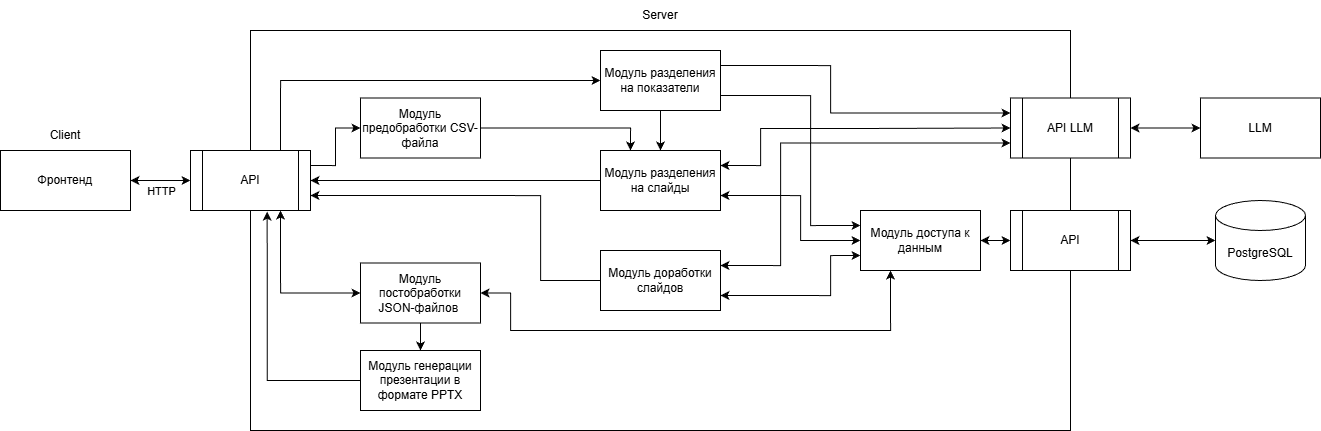
Earlier version of the draw.io export Analitics/архитектура.png (Sber-Kiwi/Presentation-generation). Source tidied: cells renumbered, new cells last; positions are measured from the earlier drawing's top-left corner, leaving out a move shared by most shapes.
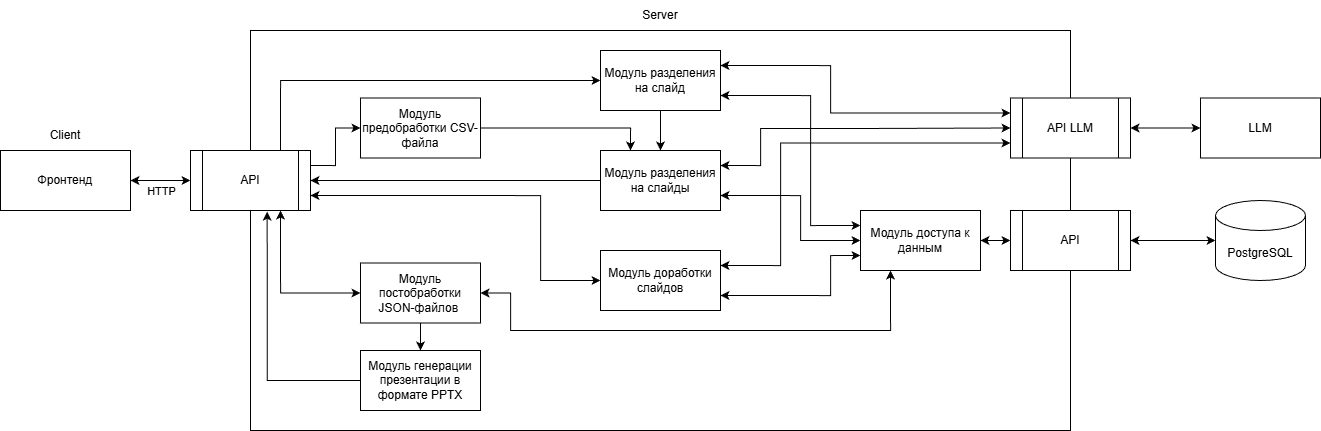
After the commit.

The edit, as a diff of the source:
```diff
@@ -31,7 +31,7 @@
     <mxCell id="10" style="edgeStyle=orthogonalEdgeStyle;rounded=0;jettySize=auto;html=1;exitX=0.5;exitY=1;exitDx=0;exitDy=0;entryX=0.5;entryY=0;entryDx=0;entryDy=0;" parent="1" edge="1" source="12" target="16">
       <mxGeometry relative="1" as="geometry" />
     </mxCell>
-    <mxCell id="11" style="edgeStyle=orthogonalEdgeStyle;rounded=0;jettySize=auto;html=1;exitX=1;exitY=0.25;exitDx=0;exitDy=0;entryX=0;entryY=0.25;entryDx=0;entryDy=0;" parent="1" edge="1" source="12" target="29">
+    <mxCell id="11" style="edgeStyle=orthogonalEdgeStyle;rounded=0;jettySize=auto;html=1;exitX=1;exitY=0.25;exitDx=0;exitDy=0;entryX=0;entryY=0.25;entryDx=0;entryDy=0;startArrow=classic;startFill=1;" parent="1" edge="1" source="12" target="29">
       <mxGeometry relative="1" as="geometry">
         <Array as="points">
           <mxPoint x="830" y="65" />
@@ -39,7 +39,7 @@
         </Array>
       </mxGeometry>
     </mxCell>
-    <mxCell id="12" value="Модуль разделения на показатели" style="rounded=0;whiteSpace=wrap;html=1;" parent="1" vertex="1">
+    <mxCell id="12" value="Модуль разделения на слайд" style="rounded=0;whiteSpace=wrap;html=1;" parent="1" vertex="1">
       <mxGeometry x="600" y="50" width="120" height="60" as="geometry" />
     </mxCell>
     <mxCell id="13" style="edgeStyle=orthogonalEdgeStyle;rounded=0;jettySize=auto;html=1;exitX=1;exitY=0.25;exitDx=0;exitDy=0;entryX=0;entryY=0.5;entryDx=0;entryDy=0;startArrow=classic;startFill=1;" parent="1" edge="1" source="16" target="29">
@@ -78,7 +78,7 @@
         </Array>
       </mxGeometry>
     </mxCell>
-    <mxCell id="18" style="edgeStyle=orthogonalEdgeStyle;rounded=0;jettySize=auto;html=1;exitX=0;exitY=0.5;exitDx=0;exitDy=0;entryX=1;entryY=0.75;entryDx=0;entryDy=0;" parent="1" edge="1" source="20" target="27">
+    <mxCell id="18" style="edgeStyle=orthogonalEdgeStyle;rounded=0;jettySize=auto;html=1;exitX=0;exitY=0.5;exitDx=0;exitDy=0;entryX=1;entryY=0.75;entryDx=0;entryDy=0;startArrow=classic;startFill=1;" parent="1" edge="1" source="20" target="27">
       <mxGeometry relative="1" as="geometry">
         <Array as="points">
           <mxPoint x="540" y="280" />
@@ -152,7 +152,7 @@
         </Array>
       </mxGeometry>
     </mxCell>
-    <mxCell id="36" style="edgeStyle=orthogonalEdgeStyle;rounded=0;jettySize=auto;html=1;exitX=1;exitY=0.75;exitDx=0;exitDy=0;entryX=0;entryY=0.25;entryDx=0;entryDy=0;" parent="1" edge="1" source="12" target="38">
+    <mxCell id="36" style="edgeStyle=orthogonalEdgeStyle;rounded=0;jettySize=auto;html=1;exitX=1;exitY=0.75;exitDx=0;exitDy=0;entryX=0;entryY=0.25;entryDx=0;entryDy=0;startArrow=classic;startFill=1;" parent="1" edge="1" source="12" target="38">
       <mxGeometry relative="1" as="geometry">
         <Array as="points">
           <mxPoint x="810" y="95" />
```
